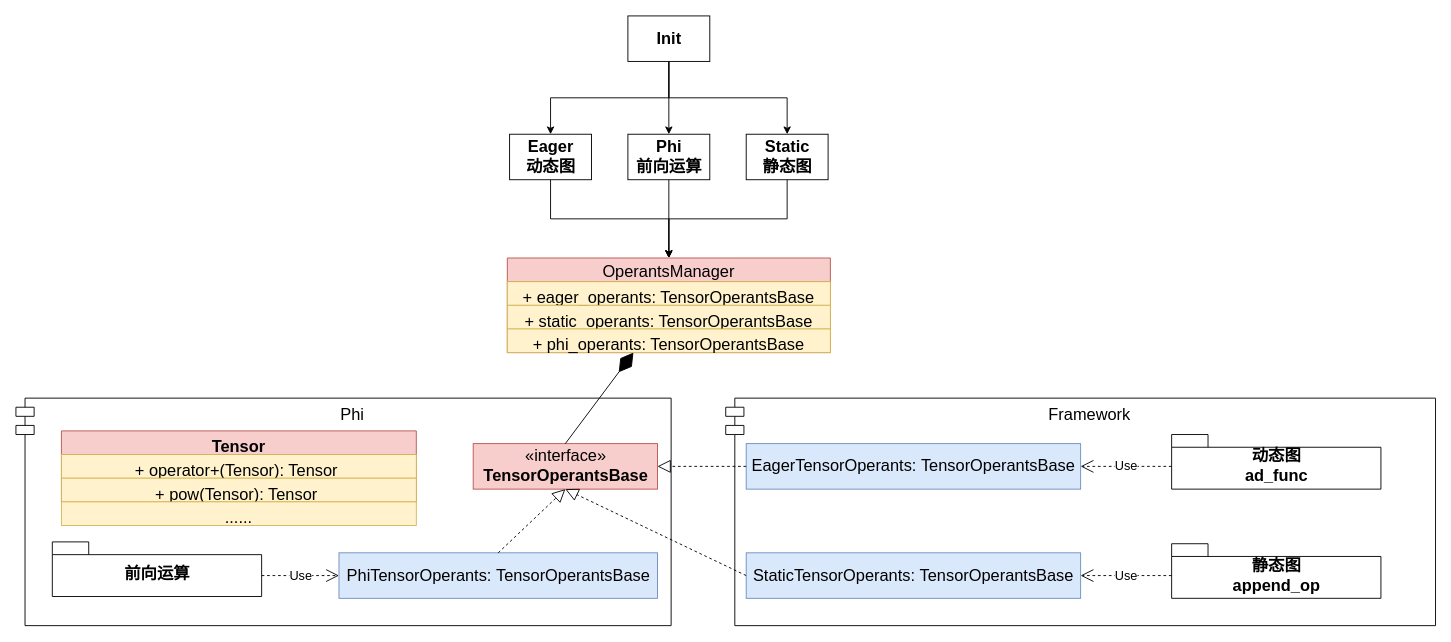
The draw.io diagram operants-process.drawio in jiahy0825/draw.io, before the edit. Source tidied: cells renumbered, new cells numbered last; positions are measured from the earlier drawing's top-left corner, leaving out a move shared by most shapes. Both pictures are drawn from the tidied source at 91%, with x=0, y=0 at pixel (15, 15).
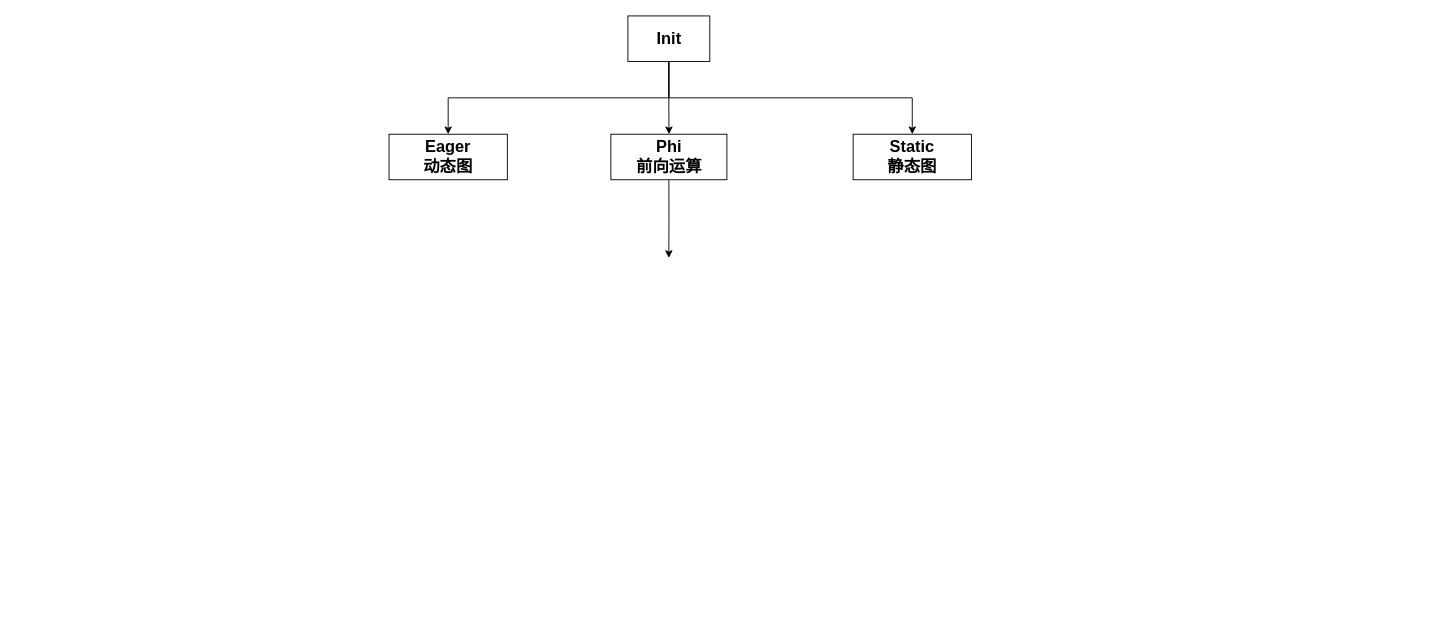
Above is the later version.

The change refers to these unchanged cells:
```xml
<mxCell id="5" value="&lt;b&gt;&lt;font style=&quot;font-size: 18px;&quot;&gt;Init&lt;/font&gt;&lt;/b&gt;" style="whiteSpace=wrap;html=1;" parent="1" vertex="1">
  <mxGeometry x="672.5" width="90" height="50" as="geometry" />
</mxCell>
```

The edit, as a diff of the source:
```diff
@@
+    <mxCell id="4" style="edgeStyle=orthogonalEdgeStyle;rounded=0;jettySize=auto;html=1;exitX=0.5;exitY=1;exitDx=0;exitDy=0;entryX=0.5;entryY=0;entryDx=0;entryDy=0;fontSize=18;" parent="1" edge="1" source="5" target="11">
+      <mxGeometry relative="1" as="geometry" />
+    </mxCell>
-    <mxCell id="3" style="edgeStyle=orthogonalEdgeStyle;jettySize=auto;html=1;exitX=0.5;exitY=1;exitDx=0;exitDy=0;fontSize=18;rounded=0;entryX=0.5;entryY=0;entryDx=0;entryDy=0;" parent="1" edge="1" source="5" target="9">
-      <mxGeometry relative="1" as="geometry">
-        <Array as="points">
-          <mxPoint x="718" y="90" />
-          <mxPoint x="848" y="90" />
-        </Array>
-      </mxGeometry>
+    <mxCell id="3" style="edgeStyle=orthogonalEdgeStyle;rounded=0;jettySize=auto;html=1;exitX=0.5;exitY=1;exitDx=0;exitDy=0;entryX=0.5;entryY=0;entryDx=0;entryDy=0;" parent="1" edge="1" source="5" target="9">
+      <mxGeometry relative="1" as="geometry" />
     </mxCell>
-    <mxCell id="4" style="edgeStyle=orthogonalEdgeStyle;rounded=0;jettySize=auto;html=1;exitX=0.5;exitY=1;exitDx=0;exitDy=0;entryX=0.5;entryY=0;entryDx=0;entryDy=0;fontSize=18;" parent="1" edge="1" source="5" target="11">
-      <mxGeometry relative="1" as="geometry" />
-    </mxCell>
@@
-    <mxCell id="6" style="edgeStyle=orthogonalEdgeStyle;rounded=0;jettySize=auto;html=1;exitX=0.5;exitY=1;exitDx=0;exitDy=0;fontSize=18;entryX=0.5;entryY=0;entryDx=0;entryDy=0;" parent="1" edge="1" source="7" target="12">
-      <mxGeometry relative="1" as="geometry" />
+    <mxCell id="6" style="edgeStyle=orthogonalEdgeStyle;rounded=0;jettySize=auto;html=1;exitX=0.5;exitY=1;exitDx=0;exitDy=0;fontSize=18;entryX=0.5;entryY=0;entryDx=0;entryDy=0;" parent="1" edge="1" source="7">
+      <mxGeometry relative="1" as="geometry">
+        <mxPoint x="717.5" y="266" as="targetPoint" />
+      </mxGeometry>
     </mxCell>
     <mxCell id="7" value="&lt;span style=&quot;font-size: 18px;&quot;&gt;&lt;b&gt;Phi&lt;br&gt;前向运算&lt;br&gt;&lt;/b&gt;&lt;/span&gt;" style="whiteSpace=wrap;html=1;" parent="1" vertex="1">
-      <mxGeometry x="672.5" y="130" width="90" height="50" as="geometry" />
+      <mxGeometry x="653.8" y="130" width="127.5" height="50" as="geometry" />
     </mxCell>
-    <mxCell id="8" style="edgeStyle=orthogonalEdgeStyle;rounded=0;jettySize=auto;html=1;exitX=0.5;exitY=1;exitDx=0;exitDy=0;entryX=0.5;entryY=0;entryDx=0;entryDy=0;fontSize=18;" parent="1" edge="1" source="9" target="12">
-      <mxGeometry relative="1" as="geometry" />
-    </mxCell>
     <mxCell id="9" value="&lt;span style=&quot;font-size: 18px;&quot;&gt;&lt;b&gt;Static&lt;br&gt;静态图&lt;br&gt;&lt;/b&gt;&lt;/span&gt;" style="whiteSpace=wrap;html=1;" parent="1" vertex="1">
-      <mxGeometry x="802.5" y="130" width="90" height="50" as="geometry" />
+      <mxGeometry x="920" y="130" width="130" height="50" as="geometry" />
     </mxCell>
-    <mxCell id="10" style="edgeStyle=orthogonalEdgeStyle;rounded=0;jettySize=auto;html=1;exitX=0.5;exitY=1;exitDx=0;exitDy=0;entryX=0.5;entryY=0;entryDx=0;entryDy=0;fontSize=18;" parent="1" edge="1" source="11" target="12">
-      <mxGeometry relative="1" as="geometry" />
-    </mxCell>
     <mxCell id="11" value="&lt;span style=&quot;font-size: 18px;&quot;&gt;&lt;b&gt;Eager&lt;br&gt;动态图&lt;br&gt;&lt;/b&gt;&lt;/span&gt;" style="whiteSpace=wrap;html=1;" parent="1" vertex="1">
-      <mxGeometry x="542.5" y="130" width="90" height="50" as="geometry" />
+      <mxGeometry x="410" y="130" width="130" height="50" as="geometry" />
     </mxCell>
-    <mxCell id="12" value="OperantsManager" style="swimlane;fontStyle=0;horizontal=1;startSize=26;fillColor=#f8cecc;fontSize=18;strokeColor=#b85450;" parent="1" vertex="1">
-      <mxGeometry x="540" y="266" width="355" height="104" as="geometry" />
-    </mxCell>
-    <mxCell id="13" value="+ eager_operants: TensorOperantsBase" style="text;strokeColor=#d6b656;fillColor=#fff2cc;align=center;verticalAlign=top;spacingLeft=4;spacingRight=4;overflow=hidden;fontSize=18;" parent="12" vertex="1">
-      <mxGeometry y="26" width="355" height="26" as="geometry" />
-    </mxCell>
-    <mxCell id="14" value="+ static_operants: TensorOperantsBase" style="text;strokeColor=#d6b656;fillColor=#fff2cc;align=center;verticalAlign=top;spacingLeft=4;spacingRight=4;overflow=hidden;fontSize=18;" parent="12" vertex="1">
-      <mxGeometry y="52" width="355" height="26" as="geometry" />
-    </mxCell>
-    <mxCell id="15" value="+ phi_operants: TensorOperantsBase" style="text;strokeColor=#d6b656;fillColor=#fff2cc;align=center;verticalAlign=top;spacingLeft=4;spacingRight=4;overflow=hidden;fontSize=18;" parent="12" vertex="1">
-      <mxGeometry y="78" width="355" height="26" as="geometry" />
-    </mxCell>
-    <mxCell id="16" value="Phi" style="shape=module;align=left;spacingLeft=20;align=center;verticalAlign=top;fontSize=18;" parent="1" vertex="1">
-      <mxGeometry y="420" width="720" height="250" as="geometry" />
-    </mxCell>
-    <mxCell id="17" value="Framework" style="shape=module;align=left;spacingLeft=20;align=center;verticalAlign=top;fontSize=18;" parent="1" vertex="1">
-      <mxGeometry x="780" y="420" width="780" height="250" as="geometry" />
-    </mxCell>
-    <mxCell id="18" value="«interface»&lt;br&gt;&lt;b&gt;TensorOperantsBase&lt;/b&gt;" style="html=1;fontSize=18;fillColor=#f8cecc;strokeColor=#b85450;" parent="1" vertex="1">
-      <mxGeometry x="502.5" y="470" width="202.5" height="50" as="geometry" />
-    </mxCell>
-    <mxCell id="19" value="PhiTensorOperants:&amp;nbsp;TensorOperantsBase" style="html=1;fontSize=18;fillColor=#dae8fc;strokeColor=#6c8ebf;" parent="1" vertex="1">
-      <mxGeometry x="355" y="590" width="350" height="50" as="geometry" />
-    </mxCell>
-    <mxCell id="20" value="EagerTensorOperants:&amp;nbsp;TensorOperantsBase" style="html=1;fontSize=18;fillColor=#dae8fc;strokeColor=#6c8ebf;" parent="1" vertex="1">
-      <mxGeometry x="802.5" y="470" width="367.5" height="50" as="geometry" />
-    </mxCell>
-    <mxCell id="21" value="StaticTensorOperants:&amp;nbsp;TensorOperantsBase" style="html=1;fontSize=18;fillColor=#dae8fc;strokeColor=#6c8ebf;" parent="1" vertex="1">
-      <mxGeometry x="802.5" y="590" width="367.5" height="50" as="geometry" />
-    </mxCell>
-    <mxCell id="22" style="endArrow=diamondThin;endFill=1;endSize=24;html=1;rounded=0;fontSize=18;exitX=0.5;exitY=0;exitDx=0;exitDy=0;" parent="1" edge="1" source="18" target="12">
-      <mxGeometry relative="1" as="geometry" />
-    </mxCell>
-    <mxCell id="23" value="&lt;font style=&quot;font-size: 18px;&quot;&gt;动态图&lt;br&gt;ad_func&lt;/font&gt;" style="shape=folder;fontStyle=1;spacingTop=10;tabWidth=40;tabHeight=14;tabPosition=left;html=1;fontSize=14;" parent="1" vertex="1">
-      <mxGeometry x="1270" y="460" width="230" height="60" as="geometry" />
-    </mxCell>
-    <mxCell id="24" style="endArrow=block;dashed=1;endFill=0;endSize=12;html=1;rounded=0;fontSize=14;entryX=0.5;entryY=1;entryDx=0;entryDy=0;exitX=0;exitY=0.5;exitDx=0;exitDy=0;" parent="1" edge="1" source="21" target="18">
-      <mxGeometry relative="1" as="geometry" />
-    </mxCell>
-    <mxCell id="25" style="endArrow=block;dashed=1;endFill=0;endSize=12;html=1;rounded=0;fontSize=14;entryX=0.5;entryY=1;entryDx=0;entryDy=0;exitX=0.5;exitY=0;exitDx=0;exitDy=0;" parent="1" edge="1" source="19" target="18">
-      <mxGeometry relative="1" as="geometry" />
-    </mxCell>
-    <mxCell id="26" style="endArrow=block;dashed=1;endFill=0;endSize=12;html=1;rounded=0;fontSize=14;entryX=1;entryY=0.5;entryDx=0;entryDy=0;exitX=0;exitY=0.5;exitDx=0;exitDy=0;" parent="1" edge="1" source="20" target="18">
-      <mxGeometry relative="1" as="geometry" />
-    </mxCell>
-    <mxCell id="27" value="Use" style="endArrow=open;endSize=12;dashed=1;html=1;rounded=0;fontSize=14;entryX=1;entryY=0.5;entryDx=0;entryDy=0;" parent="1" edge="1" target="20">
-      <mxGeometry relative="1" as="geometry">
-        <mxPoint x="1270" y="495" as="sourcePoint" />
-      </mxGeometry>
-    </mxCell>
-    <mxCell id="28" value="&lt;font style=&quot;font-size: 18px;&quot;&gt;静态图&lt;br&gt;append_op&lt;br&gt;&lt;/font&gt;" style="shape=folder;fontStyle=1;spacingTop=10;tabWidth=40;tabHeight=14;tabPosition=left;html=1;fontSize=14;" parent="1" vertex="1">
-      <mxGeometry x="1270" y="580" width="230" height="60" as="geometry" />
-    </mxCell>
-    <mxCell id="29" value="Use" style="endArrow=open;endSize=12;dashed=1;html=1;rounded=0;fontSize=14;entryX=1;entryY=0.5;entryDx=0;entryDy=0;" parent="1" edge="1" target="21">
-      <mxGeometry relative="1" as="geometry">
-        <mxPoint x="1270" y="615" as="sourcePoint" />
-      </mxGeometry>
-    </mxCell>
-    <mxCell id="30" value="&lt;span style=&quot;font-size: 18px;&quot;&gt;前向运算&lt;br&gt;&lt;/span&gt;" style="shape=folder;fontStyle=1;spacingTop=10;tabWidth=40;tabHeight=14;tabPosition=left;html=1;fontSize=14;" parent="1" vertex="1">
-      <mxGeometry x="40" y="578" width="230" height="60" as="geometry" />
-    </mxCell>
-    <mxCell id="31" value="Use" style="endArrow=open;endSize=12;dashed=1;html=1;rounded=0;fontSize=14;entryX=0;entryY=0.5;entryDx=0;entryDy=0;exitX=0;exitY=0;exitDx=230;exitDy=37;exitPerimeter=0;" parent="1" edge="1" source="30" target="19">
-      <mxGeometry relative="1" as="geometry" />
-    </mxCell>
-    <mxCell id="32" style="group;" parent="1" vertex="1">
-      <mxGeometry x="50" y="456" width="390" height="104" as="geometry" />
-    </mxCell>
-    <mxCell id="33" value="Tensor" style="swimlane;fontStyle=1;align=center;verticalAlign=top;horizontal=1;startSize=26;fontSize=18;fillColor=#f8cecc;strokeColor=#b85450;" parent="32" vertex="1">
-      <mxGeometry width="390" height="78" as="geometry" />
-    </mxCell>
-    <mxCell id="34" value="+ operator+(Tensor): Tensor " style="text;strokeColor=#d6b656;fillColor=#fff2cc;align=center;verticalAlign=top;spacingLeft=4;spacingRight=4;overflow=hidden;fontSize=18;" parent="33" vertex="1">
-      <mxGeometry y="26" width="390" height="26" as="geometry" />
-    </mxCell>
-    <mxCell id="35" value="+ pow(Tensor): Tensor " style="text;strokeColor=#d6b656;fillColor=#fff2cc;align=center;verticalAlign=top;spacingLeft=4;spacingRight=4;overflow=hidden;fontSize=18;" parent="33" vertex="1">
-      <mxGeometry y="52" width="390" height="26" as="geometry" />
-    </mxCell>
-    <mxCell id="36" value="......" style="text;strokeColor=#d6b656;fillColor=#fff2cc;align=center;verticalAlign=top;spacingLeft=4;spacingRight=4;overflow=hidden;fontSize=18;" parent="32" vertex="1">
-      <mxGeometry y="78" width="390" height="26" as="geometry" />
-    </mxCell>
```
